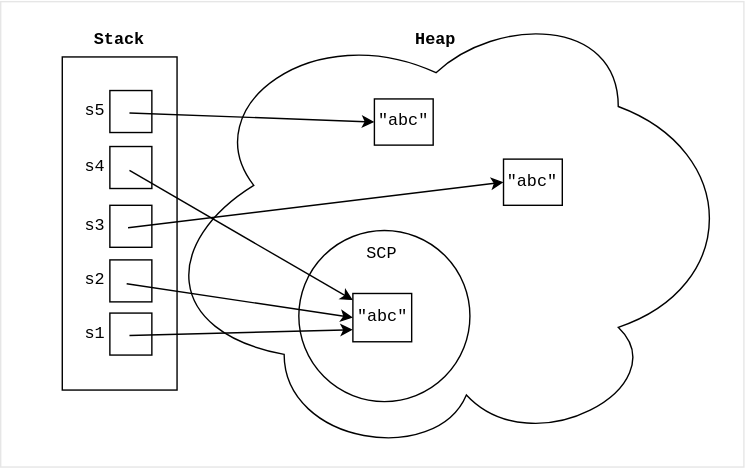
The draw.io diagram public/diagrams/java-string-creation.svg in datkumar/code-journal, before a commit. Source tidied: cells renumbered, new cells last; positions are measured from the earlier drawing's top-left corner, leaving out a move shared by most shapes.
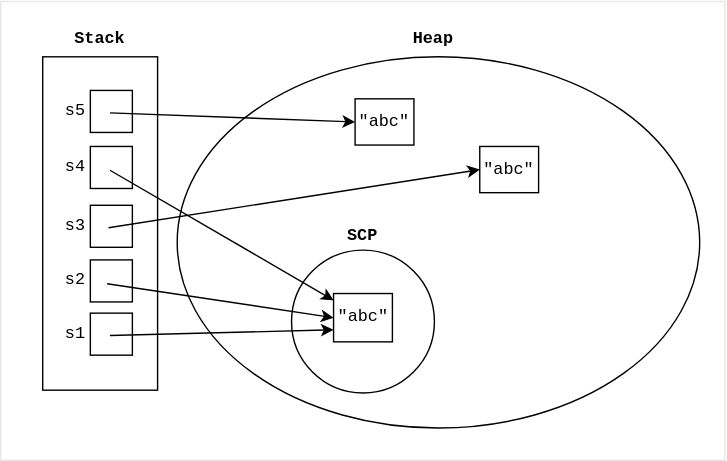
The same file after the commit.

Diff of the diagram source:
```diff
@@ -2,90 +2,90 @@
   <root>
     <mxCell id="0" />
     <mxCell id="1" parent="0" />
-    <mxCell id="2" style="rounded=0;whiteSpace=wrap;html=1;strokeColor=#E6E6E6;" parent="1" vertex="1">
-      <mxGeometry y="0.5" width="531" height="332.5" as="geometry" />
+    <mxCell id="2" style="rounded=0;whiteSpace=wrap;html=1;strokeColor=#E6E6E6;fontFamily=monospace;fontColor=light-dark(#000000,#000000);" parent="1" vertex="1">
+      <mxGeometry x="14" y="0.5" width="517" height="327.5" as="geometry" />
     </mxCell>
+    <mxCell id="27" style="ellipse;whiteSpace=wrap;html=1;shapeInside=1;fontFamily=monospace;fontColor=light-dark(#000000,#000000);" parent="1" vertex="1">
+      <mxGeometry x="140" y="40" width="373" height="265" as="geometry" />
+    </mxCell>
-    <mxCell id="3" style="rounded=0;whiteSpace=wrap;html=1;fontFamily=Courier New;" parent="1" vertex="1">
+    <mxCell id="3" style="rounded=0;whiteSpace=wrap;html=1;fontFamily=monospace;fontColor=light-dark(#000000,#000000);" parent="1" vertex="1">
       <mxGeometry x="44" y="40" width="82" height="238" as="geometry" />
     </mxCell>
-    <mxCell id="4" style="ellipse;shape=cloud;whiteSpace=wrap;html=1;direction=north;fontFamily=Courier New;rotation=0;" parent="1" vertex="1">
-      <mxGeometry x="94" y="11" width="434" height="322" as="geometry" />
-    </mxCell>
-    <mxCell id="5" style="whiteSpace=wrap;html=1;fontFamily=Courier New;" parent="1" vertex="1">
+    <mxCell id="5" style="whiteSpace=wrap;html=1;fontFamily=monospace;fontColor=light-dark(#000000,#000000);" parent="1" vertex="1">
       <mxGeometry x="78" y="223" width="30" height="30" as="geometry" />
     </mxCell>
-    <mxCell id="6" value="s1" style="text;html=1;align=center;verticalAlign=middle;whiteSpace=wrap;rounded=0;fontFamily=Courier New;" parent="1" vertex="1">
+    <mxCell id="6" value="s1" style="text;html=1;align=center;verticalAlign=middle;whiteSpace=wrap;rounded=0;fontFamily=monospace;fontColor=light-dark(#000000,#000000);" parent="1" vertex="1">
       <mxGeometry x="57" y="229" width="21" height="18" as="geometry" />
     </mxCell>
-    <mxCell id="7" style="whiteSpace=wrap;html=1;fontFamily=Courier New;" parent="1" vertex="1">
+    <mxCell id="7" style="whiteSpace=wrap;html=1;fontFamily=monospace;fontColor=light-dark(#000000,#000000);" parent="1" vertex="1">
       <mxGeometry x="78" y="185" width="30" height="30" as="geometry" />
     </mxCell>
-    <mxCell id="8" value="s2" style="text;html=1;align=center;verticalAlign=middle;whiteSpace=wrap;rounded=0;fontFamily=Courier New;" parent="1" vertex="1">
+    <mxCell id="8" value="s2" style="text;html=1;align=center;verticalAlign=middle;whiteSpace=wrap;rounded=0;fontFamily=monospace;fontColor=light-dark(#000000,#000000);" parent="1" vertex="1">
       <mxGeometry x="57" y="191" width="21" height="18" as="geometry" />
     </mxCell>
-    <mxCell id="9" style="whiteSpace=wrap;html=1;fontFamily=Courier New;" parent="1" vertex="1">
+    <mxCell id="9" style="whiteSpace=wrap;html=1;fontFamily=monospace;fontColor=light-dark(#000000,#000000);" parent="1" vertex="1">
       <mxGeometry x="78" y="146" width="30" height="30" as="geometry" />
     </mxCell>
-    <mxCell id="10" value="s3" style="text;html=1;align=center;verticalAlign=middle;whiteSpace=wrap;rounded=0;fontFamily=Courier New;" parent="1" vertex="1">
+    <mxCell id="10" value="s3" style="text;html=1;align=center;verticalAlign=middle;whiteSpace=wrap;rounded=0;fontFamily=monospace;fontColor=light-dark(#000000,#000000);" parent="1" vertex="1">
       <mxGeometry x="57" y="152" width="21" height="18" as="geometry" />
     </mxCell>
-    <mxCell id="11" value="&quot;abc&quot;" style="square;whiteSpace=wrap;html=1;fontFamily=Courier New;" parent="1" vertex="1">
-      <mxGeometry x="359.2" y="113" width="42" height="33" as="geometry" />
+    <mxCell id="11" value="&quot;abc&quot;" style="square;whiteSpace=wrap;html=1;fontFamily=monospace;fontColor=light-dark(#000000,#000000);" parent="1" vertex="1">
+      <mxGeometry x="356" y="104" width="42" height="33" as="geometry" />
     </mxCell>
-    <mxCell id="12" style="endArrow=classic;html=1;rounded=0;fontFamily=Courier New;entryX=0;entryY=0.5;entryDx=0;entryDy=0;" parent="1" edge="1" target="11">
+    <mxCell id="12" style="endArrow=classic;html=1;rounded=0;fontFamily=monospace;entryX=0;entryY=0.5;entryDx=0;entryDy=0;fontColor=light-dark(#000000,#000000);" parent="1" edge="1" target="11">
       <mxGeometry relative="1" as="geometry">
         <mxPoint x="91" y="162" as="sourcePoint" />
       </mxGeometry>
     </mxCell>
-    <mxCell id="13" value="Stack" style="text;html=1;align=center;verticalAlign=middle;whiteSpace=wrap;rounded=0;fontFamily=Courier New;fontStyle=1;" parent="1" vertex="1">
+    <mxCell id="13" value="Stack" style="text;html=1;align=center;verticalAlign=middle;whiteSpace=wrap;rounded=0;fontFamily=monospace;fontStyle=1;fontColor=light-dark(#000000,#000000);" parent="1" vertex="1">
       <mxGeometry x="62" y="15" width="46" height="25" as="geometry" />
     </mxCell>
-    <mxCell id="14" value="Heap" style="text;html=1;align=center;verticalAlign=middle;whiteSpace=wrap;rounded=0;fontFamily=Courier New;fontStyle=1;" parent="1" vertex="1">
-      <mxGeometry x="288" y="12.5" width="46" height="30" as="geometry" />
+    <mxCell id="14" value="Heap" style="text;html=1;align=center;verticalAlign=middle;whiteSpace=wrap;rounded=0;fontFamily=monospace;fontStyle=1;fontColor=light-dark(#000000,#000000);" parent="1" vertex="1">
+      <mxGeometry x="300" y="12.5" width="46" height="30" as="geometry" />
     </mxCell>
-    <mxCell id="15" style="whiteSpace=wrap;html=1;fontFamily=Courier New;" parent="1" vertex="1">
+    <mxCell id="15" style="whiteSpace=wrap;html=1;fontFamily=monospace;fontColor=light-dark(#000000,#000000);" parent="1" vertex="1">
       <mxGeometry x="78" y="104" width="30" height="30" as="geometry" />
     </mxCell>
-    <mxCell id="16" value="s4" style="text;html=1;align=center;verticalAlign=middle;whiteSpace=wrap;rounded=0;fontFamily=Courier New;" parent="1" vertex="1">
+    <mxCell id="16" value="s4" style="text;html=1;align=center;verticalAlign=middle;whiteSpace=wrap;rounded=0;fontFamily=monospace;fontColor=light-dark(#000000,#000000);" parent="1" vertex="1">
       <mxGeometry x="57" y="110" width="21" height="18" as="geometry" />
     </mxCell>
-    <mxCell id="17" style="ellipse;whiteSpace=wrap;html=1;" parent="1" vertex="1">
-      <mxGeometry x="213" y="164" width="122.2" height="122.2" as="geometry" />
+    <mxCell id="17" style="ellipse;whiteSpace=wrap;html=1;fontFamily=monospace;fontColor=light-dark(#000000,#000000);" parent="1" vertex="1">
+      <mxGeometry x="221.6" y="178" width="102" height="102" as="geometry" />
     </mxCell>
-    <mxCell id="18" style="endArrow=classic;html=1;rounded=0;entryX=0;entryY=0.5;entryDx=0;entryDy=0;fontFamily=Courier New;" parent="1" edge="1" target="21">
+    <mxCell id="18" style="endArrow=classic;html=1;rounded=0;entryX=0;entryY=0.5;entryDx=0;entryDy=0;fontFamily=monospace;fontColor=light-dark(#000000,#000000);" parent="1" edge="1" target="21">
       <mxGeometry relative="1" as="geometry">
         <mxPoint x="90" y="202" as="sourcePoint" />
       </mxGeometry>
     </mxCell>
-    <mxCell id="19" style="endArrow=classic;html=1;rounded=0;entryX=0.001;entryY=0.139;entryDx=0;entryDy=0;entryPerimeter=0;" parent="1" edge="1" target="21">
+    <mxCell id="19" style="endArrow=classic;html=1;rounded=0;entryX=0.001;entryY=0.139;entryDx=0;entryDy=0;entryPerimeter=0;fontFamily=monospace;fontColor=light-dark(#000000,#000000);" parent="1" edge="1" target="21">
       <mxGeometry relative="1" as="geometry">
         <mxPoint x="92" y="121" as="sourcePoint" />
       </mxGeometry>
     </mxCell>
-    <mxCell id="20" style="endArrow=classic;html=1;rounded=0;entryX=0;entryY=0.75;entryDx=0;entryDy=0;fontFamily=Courier New;" parent="1" edge="1" target="21">
+    <mxCell id="20" style="endArrow=classic;html=1;rounded=0;entryX=0;entryY=0.75;entryDx=0;entryDy=0;fontFamily=monospace;fontColor=light-dark(#000000,#000000);" parent="1" edge="1" target="21">
       <mxGeometry relative="1" as="geometry">
         <mxPoint x="92" y="239" as="sourcePoint" />
       </mxGeometry>
     </mxCell>
-    <mxCell id="21" value="&quot;abc&quot;" style="square;whiteSpace=wrap;html=1;fontFamily=Courier New;rotation=0;" parent="1" vertex="1">
+    <mxCell id="21" value="&quot;abc&quot;" style="square;whiteSpace=wrap;html=1;fontFamily=monospace;rotation=0;fontColor=light-dark(#000000,#000000);" parent="1" vertex="1">
       <mxGeometry x="251.6" y="209" width="42" height="34.5" as="geometry" />
     </mxCell>
-    <mxCell id="22" value="&quot;abc&quot;" style="square;whiteSpace=wrap;html=1;fontFamily=Courier New;" parent="1" vertex="1">
+    <mxCell id="22" value="&quot;abc&quot;" style="square;whiteSpace=wrap;html=1;fontFamily=monospace;fontColor=light-dark(#000000,#000000);" parent="1" vertex="1">
       <mxGeometry x="267" y="70" width="42" height="33" as="geometry" />
     </mxCell>
-    <mxCell id="23" style="whiteSpace=wrap;html=1;fontFamily=Courier New;" parent="1" vertex="1">
+    <mxCell id="23" style="whiteSpace=wrap;html=1;fontFamily=monospace;fontColor=light-dark(#000000,#000000);" parent="1" vertex="1">
       <mxGeometry x="78" y="64" width="30" height="30" as="geometry" />
     </mxCell>
-    <mxCell id="24" value="s5" style="text;html=1;align=center;verticalAlign=middle;whiteSpace=wrap;rounded=0;fontFamily=Courier New;" parent="1" vertex="1">
+    <mxCell id="24" value="s5" style="text;html=1;align=center;verticalAlign=middle;whiteSpace=wrap;rounded=0;fontFamily=monospace;fontColor=light-dark(#000000,#000000);" parent="1" vertex="1">
       <mxGeometry x="57" y="70" width="21" height="18" as="geometry" />
     </mxCell>
-    <mxCell id="25" style="endArrow=classic;html=1;rounded=0;entryX=0;entryY=0.5;entryDx=0;entryDy=0;" parent="1" edge="1" target="22">
+    <mxCell id="25" style="endArrow=classic;html=1;rounded=0;entryX=0;entryY=0.5;entryDx=0;entryDy=0;fontFamily=monospace;fontColor=light-dark(#000000,#000000);" parent="1" edge="1" target="22">
       <mxGeometry relative="1" as="geometry">
         <mxPoint x="92" y="80" as="sourcePoint" />
       </mxGeometry>
     </mxCell>
-    <mxCell id="26" value="SCP&lt;font&gt;&lt;br&gt;&lt;/font&gt;" style="text;html=1;align=center;verticalAlign=middle;whiteSpace=wrap;rounded=0;fontFamily=Courier New;" parent="1" vertex="1">
-      <mxGeometry x="254.1" y="171" width="37" height="20" as="geometry" />
+    <mxCell id="26" value="SCP&lt;font&gt;&lt;br&gt;&lt;/font&gt;" style="text;html=1;align=center;verticalAlign=middle;whiteSpace=wrap;rounded=0;fontFamily=monospace;fontStyle=1;fontColor=light-dark(#000000,#000000);" parent="1" vertex="1">
+      <mxGeometry x="254.1" y="158" width="37" height="20" as="geometry" />
     </mxCell>
   </root>
 </mxGraphModel>
```
